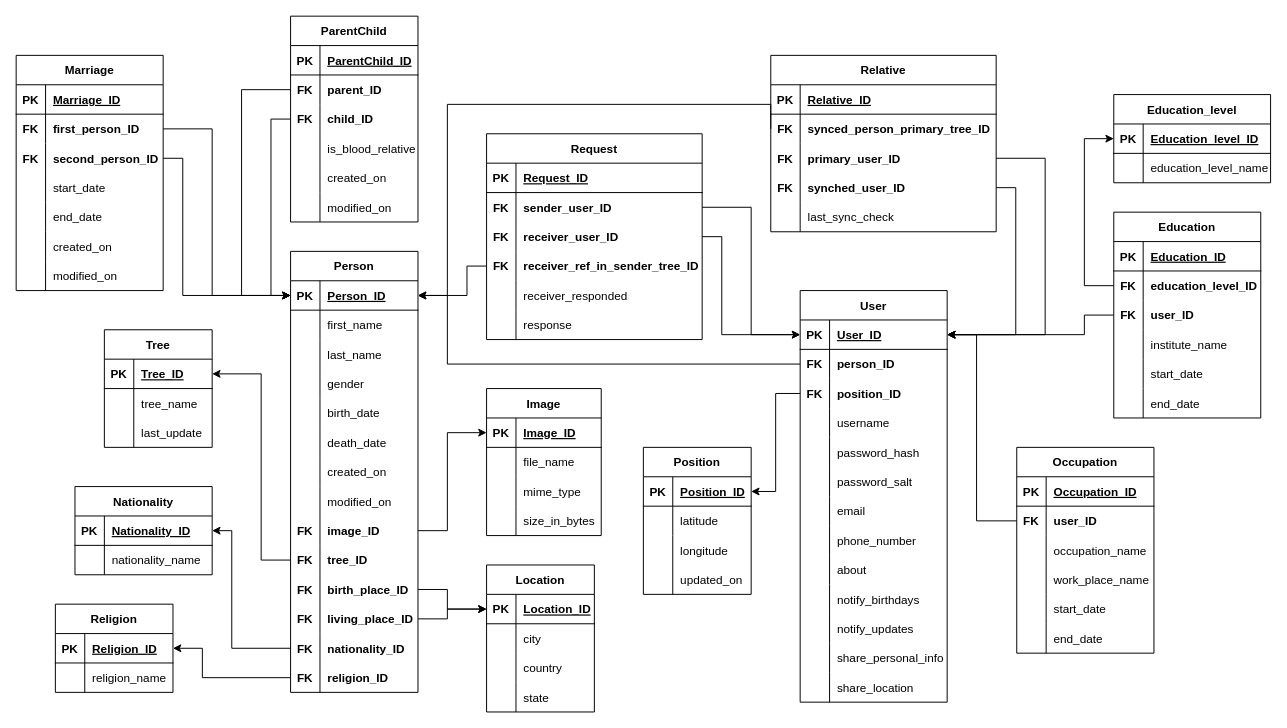
Before: genealoryTree.drawio in bogdandr14/Genealogy-Tree, a draw.io diagram. Source tidied: cells renumbered, new cells numbered last; positions are measured from the earlier drawing's top-left corner, leaving out a move shared by most shapes. Both pictures are drawn from the tidied source at 98%, with x=0, y=0 at pixel (16, 16).
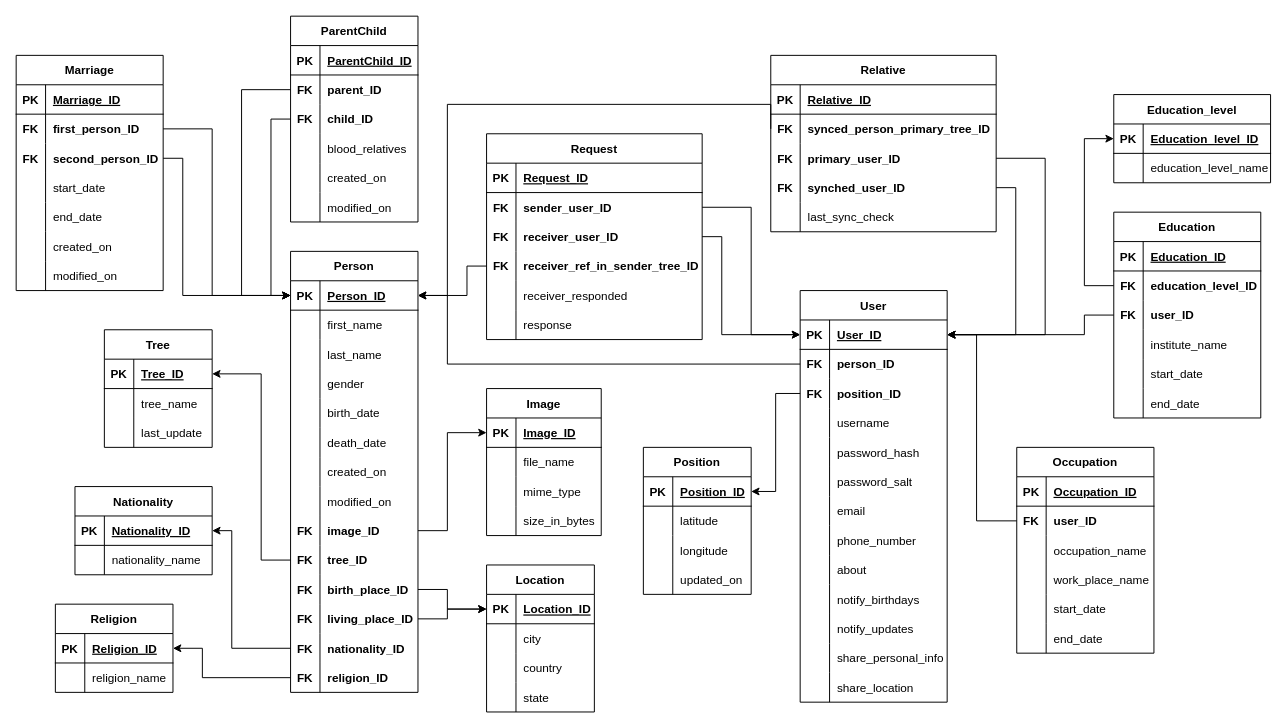
The same diagram, later.

Unchanged cells that the change refers to:
```xml
<mxCell id="223" style="shape=partialRectangle;fillColor=none;top=0;left=0;bottom=0;right=0;" parent="213" vertex="1">
  <mxGeometry y="120" width="130" height="30" as="geometry" />
</mxCell>
```

The edit, as a diff of the source:
```diff
@@
-    <mxCell id="225" value="is_blood_relative" style="shape=partialRectangle;fillColor=none;top=0;left=0;bottom=0;right=0;align=left;spacingLeft=6;overflow=hidden;" parent="223" vertex="1">
+    <mxCell id="225" value="blood_relatives" style="shape=partialRectangle;fillColor=none;top=0;left=0;bottom=0;right=0;align=left;spacingLeft=6;overflow=hidden;" parent="223" vertex="1">
       <mxGeometry x="30" width="100" height="30" as="geometry" />
     </mxCell>
```
